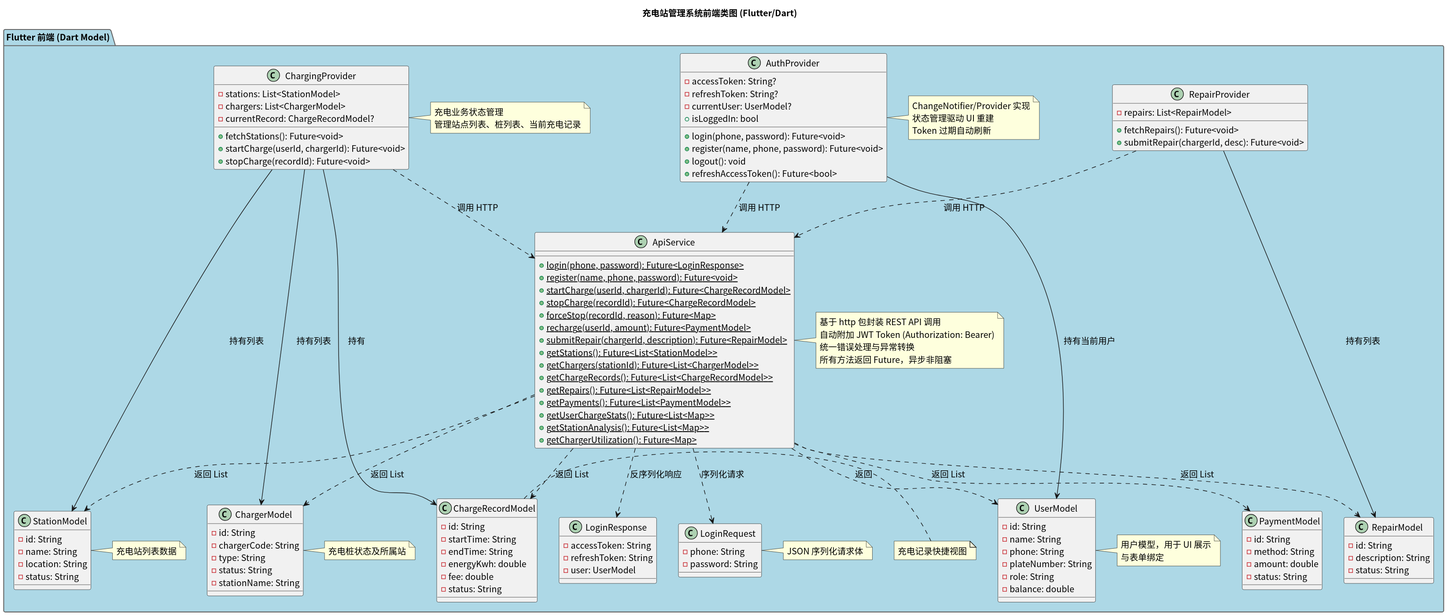
The PlantUML diagram class/img/frontend_class_diagram.svg in greenhandzdl/charging-station-doc, before a commit. Its diagram source:
```plantuml
@startuml
skinparam defaultFontName "Noto Sans CJK SC"
skinparam defaultFontSize 14
title 充电站管理系统前端类图 (Flutter/Dart)
skinparam package {
  BackgroundColor #F0F0F0
  BorderColor #666666
}

package "Flutter 前端 (Dart Model)" as FE #ADD8E6 {

  class "UserModel" as FUser {
    - id: String
    - name: String
    - phone: String
    - plateNumber: String
    - role: String
    - balance: double
  }
  note right of FUser : 用户模型，用于 UI 展示\n与表单绑定

  class "StationModel" as FStation {
    - id: String
    - name: String
    - location: String
    - status: String
  }
  note right of FStation : 充电站列表数据

  class "ChargerModel" as FCharger {
    - id: String
    - chargerCode: String
    - type: String
    - status: String
    - stationName: String
  }
  note right of FCharger : 充电桩状态及所属站

  class "ChargeRecordModel" as FCRecord {
    - id: String
    - startTime: String
    - endTime: String
    - energyKwh: double
    - fee: double
    - status: String
  }
  note right of FCRecord : 充电记录快捷视图

  class "PaymentModel" as FPayment {
    - id: String
    - method: String
    - amount: double
    - status: String
  }

  class "RepairModel" as FRepair {
    - id: String
    - description: String
    - status: String
  }

  class "LoginRequest" as LoginReq {
    - phone: String
    - password: String
  }
  note right of LoginReq : JSON 序列化请求体

  class "LoginResponse" as LoginResp {
    - accessToken: String
    - refreshToken: String
    - user: UserModel
  }

  class "ApiService" as Api {
    + {static} login(phone, password): Future<LoginResponse>
    + {static} register(name, phone, password): Future<void>
    + {static} startCharge(userId, chargerId): Future<ChargeRecordModel>
    + {static} stopCharge(recordId): Future<ChargeRecordModel>
    + {static} forceStop(recordId, reason): Future<Map>
    + {static} recharge(userId, amount): Future<PaymentModel>
    + {static} submitRepair(chargerId, description): Future<RepairModel>
    + {static} getStations(): Future<List<StationModel>>
    + {static} getChargers(stationId): Future<List<ChargerModel>>
    + {static} getChargeRecords(): Future<List<ChargeRecordModel>>
    + {static} getRepairs(): Future<List<RepairModel>>
    + {static} getPayments(): Future<List<PaymentModel>>
    + {static} getUserChargeStats(): Future<List<Map>>
    + {static} getStationAnalysis(): Future<List<Map>>
    + {static} getChargerUtilization(): Future<Map>
  }
  note right of Api : 基于 http 包封装 REST API 调用\n自动附加 JWT Token (Authorization: Bearer)\n统一错误处理与异常转换\n所有方法返回 Future，异步非阻塞

  class "AuthProvider" as Auth {
    - accessToken: String?
    - refreshToken: String?
    - currentUser: UserModel?
    + login(phone, password): Future<void>
    + register(name, phone, password): Future<void>
    + logout(): void
    + refreshAccessToken(): Future<bool>
    + isLoggedIn: bool
  }
  note right of Auth : ChangeNotifier/Provider 实现\n状态管理驱动 UI 重建\nToken 过期自动刷新

  class "ChargingProvider" as CP {
    - stations: List<StationModel>
    - chargers: List<ChargerModel>
    - currentRecord: ChargeRecordModel?
    + fetchStations(): Future<void>
    + startCharge(userId, chargerId): Future<void>
    + stopCharge(recordId): Future<void>
  }
  note right of CP : 充电业务状态管理\n管理站点列表、桩列表、当前充电记录

  class "RepairProvider" as RP {
    - repairs: List<RepairModel>
    + fetchRepairs(): Future<void>
    + submitRepair(chargerId, desc): Future<void>
  }
}

Api ..> LoginReq : 序列化请求
Api ..> LoginResp : 反序列化响应
Api ..> FStation : 返回 List
Api ..> FCharger : 返回 List
Api ..> FUser : 返回
Api ..> FCRecord : 返回 List
Api ..> FPayment : 返回 List
Api ..> FRepair : 返回 List

Auth --> FUser : 持有当前用户
Auth ..> Api : 调用 HTTP
CP ..> Api : 调用 HTTP
CP --> FStation : 持有列表
CP --> FCharger : 持有列表
CP --> FCRecord : 持有
RP ..> Api : 调用 HTTP
RP --> FRepair : 持有列表
@enduml
```
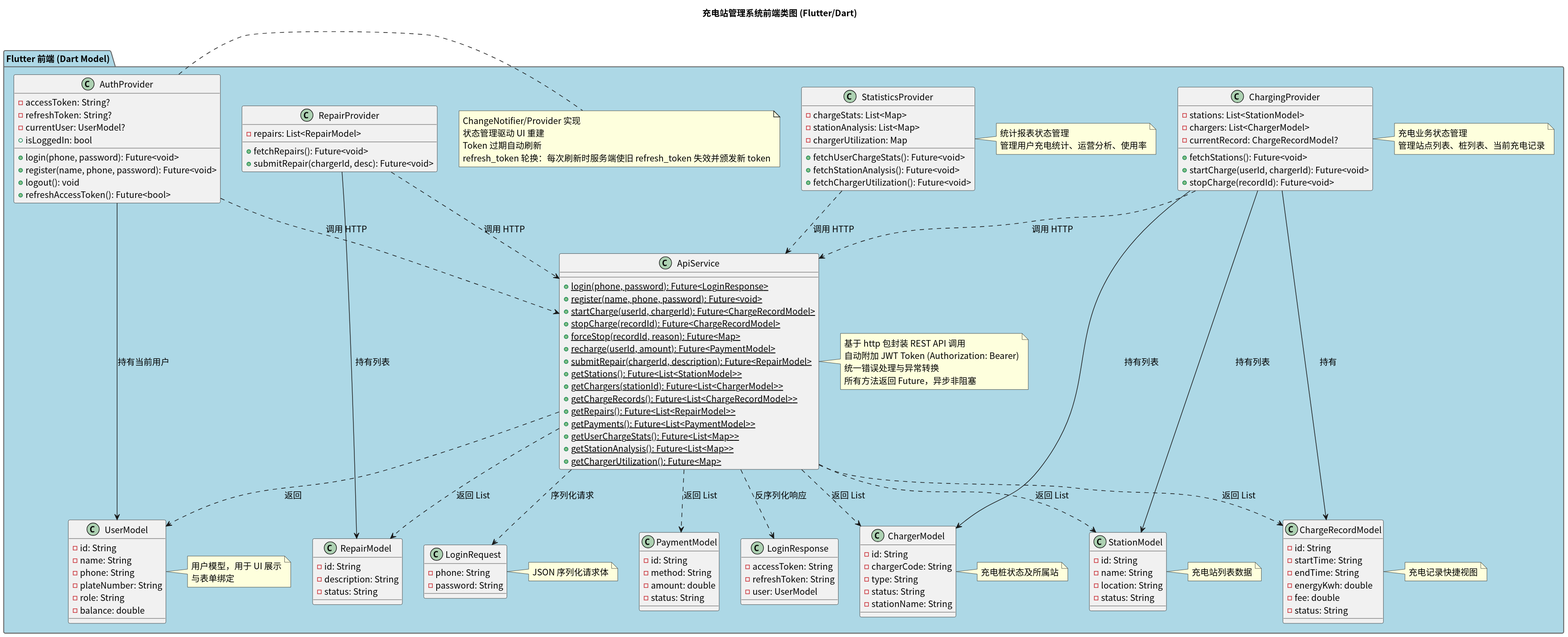
After the change.

Change to the diagram source:
```diff
@@ -100,7 +100,7 @@
     + refreshAccessToken(): Future<bool>
     + isLoggedIn: bool
   }
-  note right of Auth : ChangeNotifier/Provider 实现\n状态管理驱动 UI 重建\nToken 过期自动刷新
+  note right of Auth : ChangeNotifier/Provider 实现\n状态管理驱动 UI 重建\nToken 过期自动刷新\nrefresh_token 轮换：每次刷新时服务端使旧 refresh_token 失效并颁发新 token
 
   class "ChargingProvider" as CP {
     - stations: List<StationModel>
@@ -117,6 +117,16 @@
     + fetchRepairs(): Future<void>
     + submitRepair(chargerId, desc): Future<void>
   }
+
+  class "StatisticsProvider" as StatsP {
+    - chargeStats: List<Map>
+    - stationAnalysis: List<Map>
+    - chargerUtilization: Map
+    + fetchUserChargeStats(): Future<void>
+    + fetchStationAnalysis(): Future<void>
+    + fetchChargerUtilization(): Future<void>
+  }
+  note right of StatsP : 统计报表状态管理\n管理用户充电统计、运营分析、使用率
 }
 
 Api ..> LoginReq : 序列化请求
@@ -136,4 +146,5 @@
 CP --> FCRecord : 持有
 RP ..> Api : 调用 HTTP
 RP --> FRepair : 持有列表
+StatsP ..> Api : 调用 HTTP
 @enduml
```
